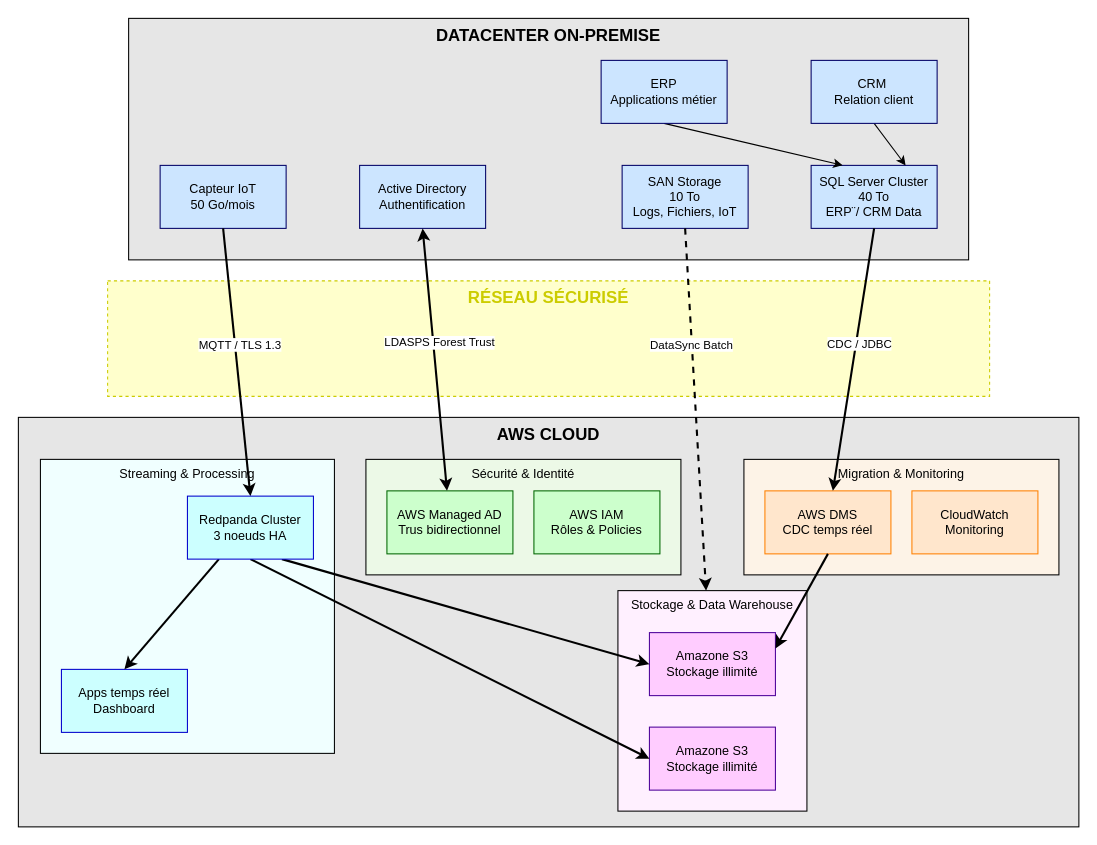
Above: P9_Modelisez_une_infrastructure_dans_le_cloud_aymeric_bailleul/_projet/exo1/ABAI_P09_02_excercice1_schema_archi_20251219.drawio in merais/formation (draw.io), before the change. Source tidied: cells renumbered, new cells numbered last; positions are measured from the earlier drawing's top-left corner, leaving out a move shared by most shapes. Both pictures are drawn from the tidied source at 105%, with x=0, y=0 at pixel (18, 18).
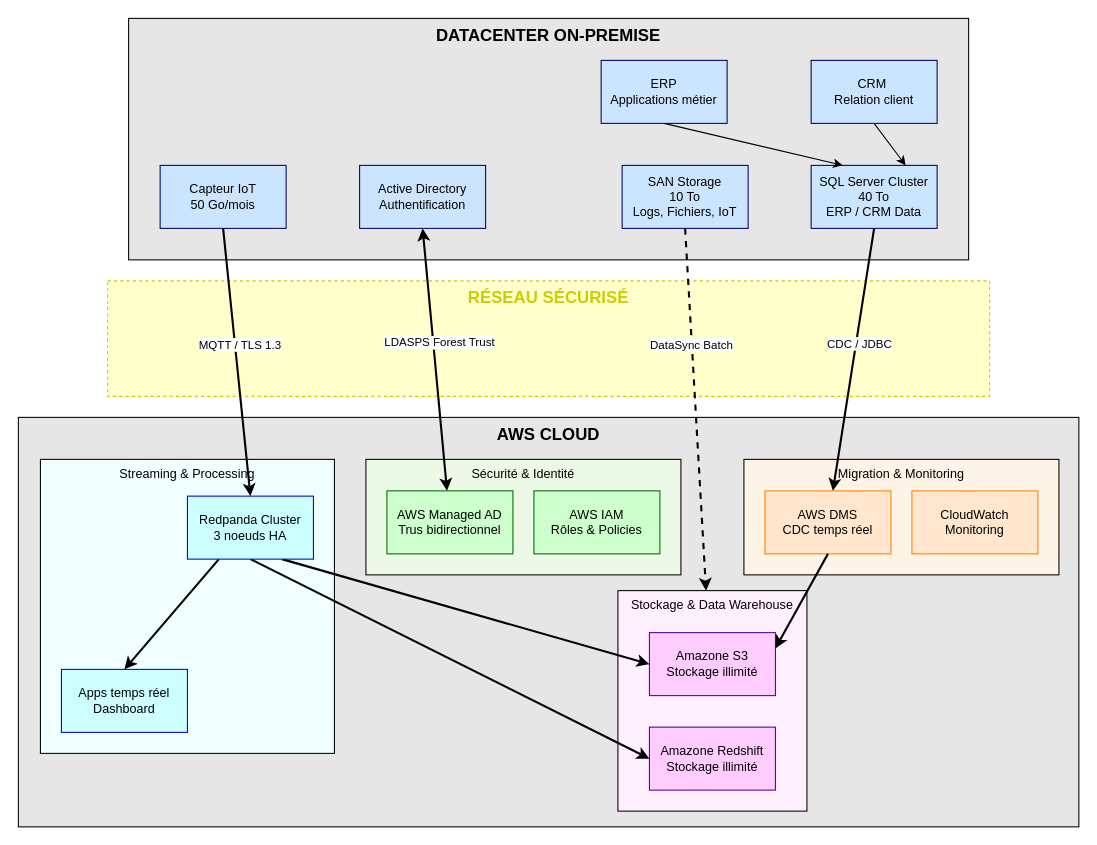
After the change.

The edit, as a diff of the source:
```diff
@@
-    <mxCell id="7" value="SQL Server Cluster&lt;div&gt;40 To&lt;/div&gt;&lt;div&gt;ERP¨/ CRM Data&lt;/div&gt;" style="rounded=0;whiteSpace=wrap;html=1;fillColor=#CCE5FF;strokeColor=#000066;" parent="1" vertex="1">
+    <mxCell id="7" value="SQL Server Cluster&lt;div&gt;40 To&lt;/div&gt;&lt;div&gt;ERP / CRM Data&lt;/div&gt;" style="rounded=0;whiteSpace=wrap;html=1;fillColor=#CCE5FF;strokeColor=#000066;" parent="1" vertex="1">
       <mxGeometry x="755" y="140" width="120" height="60" as="geometry" />
     </mxCell>
@@
-    <mxCell id="21" value="Amazone S3&lt;div&gt;Stockage illimité&lt;/div&gt;" style="rounded=0;whiteSpace=wrap;html=1;fillColor=#FFCCFF;strokeColor=#4C0099;" parent="1" vertex="1">
+    <mxCell id="21" value="Amazone Redshift&lt;div&gt;&lt;div&gt;Stockage illimité&lt;/div&gt;&lt;/div&gt;" style="rounded=0;whiteSpace=wrap;html=1;fillColor=#FFCCFF;strokeColor=#4C0099;" parent="1" vertex="1">
       <mxGeometry x="601" y="675" width="120" height="60" as="geometry" />
     </mxCell>
```
